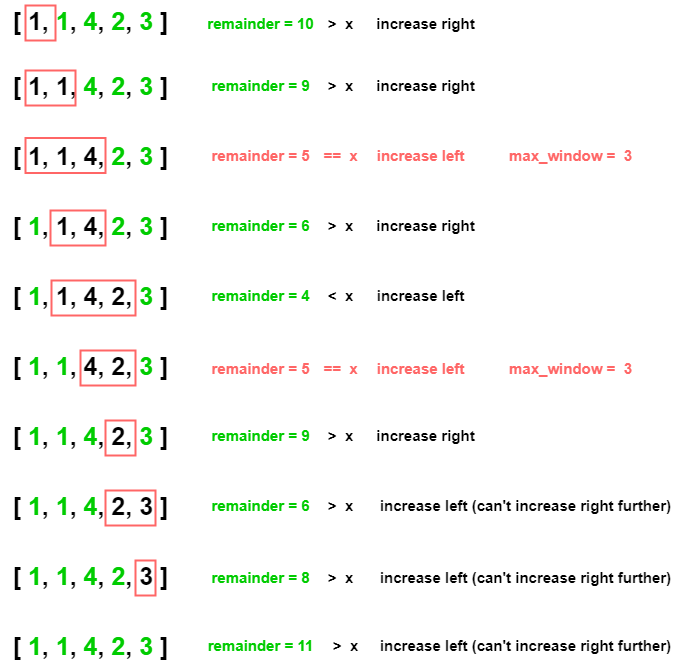
Before: Python3/img/MinOperationsToReduceXToZero.png, a diagram exported from draw.io (ashiven/leetcode-solutions). Source tidied: cells renumbered, new cells last; positions are measured from the earlier drawing's top-left corner, leaving out a move shared by most shapes. The source it was exported from:
```xml
<mxGraphModel>
  <root>
    <mxCell id="0" />
    <mxCell id="1" parent="0" />
    <mxCell id="2" value="[ 1, &lt;font color=&quot;#00cc00&quot;&gt;1&lt;/font&gt;, &lt;font color=&quot;#00cc00&quot;&gt;4&lt;/font&gt;, &lt;font color=&quot;#00cc00&quot;&gt;2&lt;/font&gt;, &lt;font color=&quot;#00cc00&quot;&gt;3&lt;/font&gt; ]" style="text;html=1;align=center;verticalAlign=middle;strokeColor=none;fillColor=none;fontSize=25;fontStyle=1;" parent="1" vertex="1">
      <mxGeometry width="180" height="40" as="geometry" />
    </mxCell>
    <mxCell id="3" value="[ 1, 1, &lt;font color=&quot;#00cc00&quot;&gt;4&lt;/font&gt;, &lt;font color=&quot;#00cc00&quot;&gt;2&lt;/font&gt;, &lt;font color=&quot;#00cc00&quot;&gt;3&lt;/font&gt; ]" style="text;html=1;align=center;verticalAlign=middle;strokeColor=none;fillColor=none;fontSize=25;fontStyle=1;" parent="1" vertex="1">
      <mxGeometry y="65" width="180" height="40" as="geometry" />
    </mxCell>
    <mxCell id="4" value="[ &lt;font color=&quot;#00cc00&quot;&gt;1&lt;/font&gt;, 1, 4, &lt;font color=&quot;#00cc00&quot;&gt;2&lt;/font&gt;, &lt;font color=&quot;#00cc00&quot;&gt;3&lt;/font&gt; ]" style="text;html=1;align=center;verticalAlign=middle;strokeColor=none;fillColor=none;fontSize=25;fontStyle=1;" parent="1" vertex="1">
      <mxGeometry y="205" width="180" height="40" as="geometry" />
    </mxCell>
    <mxCell id="5" value="[ 1, 1, 4, &lt;font color=&quot;#00cc00&quot;&gt;2&lt;/font&gt;, &lt;font color=&quot;#00cc00&quot;&gt;3&lt;/font&gt; ]" style="text;html=1;align=center;verticalAlign=middle;strokeColor=none;fillColor=none;fontSize=25;fontStyle=1;" parent="1" vertex="1">
      <mxGeometry y="135" width="180" height="40" as="geometry" />
    </mxCell>
    <mxCell id="6" value="[ &lt;font color=&quot;#00cc00&quot;&gt;1&lt;/font&gt;, &lt;font color=&quot;#00cc00&quot;&gt;1&lt;/font&gt;, &lt;font color=&quot;#00cc00&quot;&gt;4&lt;/font&gt;, 2, &lt;font color=&quot;#00cc00&quot;&gt;3&lt;/font&gt; ]" style="text;html=1;align=center;verticalAlign=middle;strokeColor=none;fillColor=none;fontSize=25;fontStyle=1;" parent="1" vertex="1">
      <mxGeometry y="415" width="180" height="40" as="geometry" />
    </mxCell>
    <mxCell id="7" value="[ &lt;font color=&quot;#00cc00&quot;&gt;1&lt;/font&gt;, &lt;font color=&quot;#00cc00&quot;&gt;1&lt;/font&gt;, 4, 2, &lt;font color=&quot;#00cc00&quot;&gt;3&lt;/font&gt; ]" style="text;html=1;align=center;verticalAlign=middle;strokeColor=none;fillColor=none;fontSize=25;fontStyle=1;" parent="1" vertex="1">
      <mxGeometry y="345" width="180" height="40" as="geometry" />
    </mxCell>
    <mxCell id="8" value="[ &lt;font color=&quot;#00cc00&quot;&gt;1&lt;/font&gt;, 1, 4, 2, &lt;font color=&quot;#00cc00&quot;&gt;3&lt;/font&gt; ]" style="text;html=1;align=center;verticalAlign=middle;strokeColor=none;fillColor=none;fontSize=25;fontStyle=1;" parent="1" vertex="1">
      <mxGeometry y="275" width="180" height="40" as="geometry" />
    </mxCell>
    <mxCell id="9" style="rounded=0;whiteSpace=wrap;html=1;fillColor=none;strokeWidth=2;strokeColor=#FF6666;" parent="1" vertex="1">
      <mxGeometry x="25" y="5" width="30" height="35" as="geometry" />
    </mxCell>
    <mxCell id="10" style="rounded=0;whiteSpace=wrap;html=1;fillColor=none;strokeWidth=2;strokeColor=#FF6666;" parent="1" vertex="1">
      <mxGeometry x="25" y="70" width="50" height="35" as="geometry" />
    </mxCell>
    <mxCell id="11" style="rounded=0;whiteSpace=wrap;html=1;fillColor=none;strokeWidth=2;strokeColor=#FF6666;" parent="1" vertex="1">
      <mxGeometry x="80" y="350" width="55" height="35" as="geometry" />
    </mxCell>
    <mxCell id="12" style="rounded=0;whiteSpace=wrap;html=1;fillColor=none;strokeWidth=2;strokeColor=#FF6666;" parent="1" vertex="1">
      <mxGeometry x="105" y="420" width="30" height="35" as="geometry" />
    </mxCell>
    <mxCell id="13" style="rounded=0;whiteSpace=wrap;html=1;fillColor=none;strokeWidth=2;strokeColor=#FF6666;" parent="1" vertex="1">
      <mxGeometry x="51" y="280" width="84" height="35" as="geometry" />
    </mxCell>
    <mxCell id="14" style="rounded=0;whiteSpace=wrap;html=1;fillColor=none;strokeWidth=2;strokeColor=#FF6666;" parent="1" vertex="1">
      <mxGeometry x="50" y="210" width="55" height="35" as="geometry" />
    </mxCell>
    <mxCell id="15" style="rounded=0;whiteSpace=wrap;html=1;fillColor=none;strokeWidth=2;strokeColor=#FF6666;" parent="1" vertex="1">
      <mxGeometry x="25" y="137.5" width="80" height="35" as="geometry" />
    </mxCell>
    <mxCell id="16" value="[ &lt;font color=&quot;#00cc00&quot;&gt;1&lt;/font&gt;, &lt;font color=&quot;#00cc00&quot;&gt;1&lt;/font&gt;, &lt;font color=&quot;#00cc00&quot;&gt;4&lt;/font&gt;, 2, 3 ]" style="text;html=1;align=center;verticalAlign=middle;strokeColor=none;fillColor=none;fontSize=25;fontStyle=1;" parent="1" vertex="1">
      <mxGeometry y="485" width="180" height="40" as="geometry" />
    </mxCell>
    <mxCell id="17" style="rounded=0;whiteSpace=wrap;html=1;fillColor=none;strokeWidth=2;strokeColor=#FF6666;" parent="1" vertex="1">
      <mxGeometry x="105" y="490" width="50" height="35" as="geometry" />
    </mxCell>
    <mxCell id="18" value="[ &lt;font color=&quot;#00cc00&quot;&gt;1&lt;/font&gt;, &lt;font color=&quot;#00cc00&quot;&gt;1&lt;/font&gt;, &lt;font color=&quot;#00cc00&quot;&gt;4&lt;/font&gt;, &lt;font color=&quot;#00cc00&quot;&gt;2&lt;/font&gt;, 3 ]" style="text;html=1;align=center;verticalAlign=middle;strokeColor=none;fillColor=none;fontSize=25;fontStyle=1;" parent="1" vertex="1">
      <mxGeometry y="555" width="180" height="40" as="geometry" />
    </mxCell>
    <mxCell id="19" style="rounded=0;whiteSpace=wrap;html=1;fillColor=none;strokeWidth=2;strokeColor=#FF6666;" parent="1" vertex="1">
      <mxGeometry x="135" y="560" width="20" height="35" as="geometry" />
    </mxCell>
    <mxCell id="20" value="[ &lt;font color=&quot;#00cc00&quot;&gt;1&lt;/font&gt;, &lt;font color=&quot;#00cc00&quot;&gt;1&lt;/font&gt;, &lt;font color=&quot;#00cc00&quot;&gt;4&lt;/font&gt;, &lt;font color=&quot;#00cc00&quot;&gt;2&lt;/font&gt;, &lt;font color=&quot;#00cc00&quot;&gt;3&lt;/font&gt; ]" style="text;html=1;align=center;verticalAlign=middle;strokeColor=none;fillColor=none;fontSize=25;fontStyle=1;" parent="1" vertex="1">
      <mxGeometry y="625" width="180" height="40" as="geometry" />
    </mxCell>
    <mxCell id="21" value="remainder = 10" style="text;html=1;align=center;verticalAlign=middle;strokeColor=none;fillColor=none;fontSize=15;fontStyle=1;fontColor=#00CC00;" parent="1" vertex="1">
      <mxGeometry x="195" y="7.5" width="130" height="30" as="geometry" />
    </mxCell>
    <mxCell id="22" value="remainder = 9" style="text;html=1;align=center;verticalAlign=middle;strokeColor=none;fillColor=none;fontSize=15;fontStyle=1;fontColor=#00CC00;" parent="1" vertex="1">
      <mxGeometry x="200" y="70" width="120" height="30" as="geometry" />
    </mxCell>
    <mxCell id="23" value="remainder = 5" style="text;html=1;align=center;verticalAlign=middle;strokeColor=none;fillColor=none;fontSize=15;fontStyle=1;fontColor=#FF6666;" parent="1" vertex="1">
      <mxGeometry x="200" y="140" width="120" height="30" as="geometry" />
    </mxCell>
    <mxCell id="24" value="remainder = 8" style="text;html=1;align=center;verticalAlign=middle;strokeColor=none;fillColor=none;fontSize=15;fontStyle=1;fontColor=#00CC00;" parent="1" vertex="1">
      <mxGeometry x="200" y="562.5" width="120" height="30" as="geometry" />
    </mxCell>
    <mxCell id="25" value="remainder = 6" style="text;html=1;align=center;verticalAlign=middle;strokeColor=none;fillColor=none;fontSize=15;fontStyle=1;fontColor=#00CC00;" parent="1" vertex="1">
      <mxGeometry x="200" y="210" width="120" height="30" as="geometry" />
    </mxCell>
    <mxCell id="26" value="remainder = 4" style="text;html=1;align=center;verticalAlign=middle;strokeColor=none;fillColor=none;fontSize=15;fontStyle=1;fontColor=#00CC00;" parent="1" vertex="1">
      <mxGeometry x="200" y="280" width="120" height="30" as="geometry" />
    </mxCell>
    <mxCell id="27" value="remainder = 5" style="text;html=1;align=center;verticalAlign=middle;strokeColor=none;fillColor=none;fontSize=15;fontStyle=1;fontColor=#FF6666;" parent="1" vertex="1">
      <mxGeometry x="200" y="352.5" width="120" height="30" as="geometry" />
    </mxCell>
    <mxCell id="28" value="remainder = 9" style="text;html=1;align=center;verticalAlign=middle;strokeColor=none;fillColor=none;fontSize=15;fontStyle=1;fontColor=#00CC00;" parent="1" vertex="1">
      <mxGeometry x="200" y="420" width="120" height="30" as="geometry" />
    </mxCell>
    <mxCell id="29" value="remainder = 6" style="text;html=1;align=center;verticalAlign=middle;strokeColor=none;fillColor=none;fontSize=15;fontStyle=1;fontColor=#00CC00;" parent="1" vertex="1">
      <mxGeometry x="200" y="490" width="120" height="30" as="geometry" />
    </mxCell>
    <mxCell id="30" value="remainder = 11" style="text;html=1;align=center;verticalAlign=middle;strokeColor=none;fillColor=none;fontSize=15;fontStyle=1;fontColor=#00CC00;" parent="1" vertex="1">
      <mxGeometry x="195" y="630" width="130" height="30" as="geometry" />
    </mxCell>
    <mxCell id="31" value="&amp;gt;&amp;nbsp; x" style="text;html=1;align=center;verticalAlign=middle;strokeColor=none;fillColor=none;fontSize=15;fontStyle=1;" parent="1" vertex="1">
      <mxGeometry x="315" y="7.5" width="50" height="30" as="geometry" />
    </mxCell>
    <mxCell id="32" value="increase right" style="text;html=1;align=center;verticalAlign=middle;strokeColor=none;fillColor=none;fontSize=15;fontStyle=1;" parent="1" vertex="1">
      <mxGeometry x="365" y="7.5" width="120" height="30" as="geometry" />
    </mxCell>
    <mxCell id="33" value="&amp;gt;&amp;nbsp; x" style="text;html=1;align=center;verticalAlign=middle;strokeColor=none;fillColor=none;fontSize=15;fontStyle=1;" parent="1" vertex="1">
      <mxGeometry x="315" y="70" width="50" height="30" as="geometry" />
    </mxCell>
    <mxCell id="34" value="increase right" style="text;html=1;align=center;verticalAlign=middle;strokeColor=none;fillColor=none;fontSize=15;fontStyle=1;" parent="1" vertex="1">
      <mxGeometry x="365" y="70" width="120" height="30" as="geometry" />
    </mxCell>
    <mxCell id="35" value="==&amp;nbsp; x" style="text;html=1;align=center;verticalAlign=middle;strokeColor=none;fillColor=none;fontSize=15;fontStyle=1;fontColor=#FF6666;" parent="1" vertex="1">
      <mxGeometry x="310" y="140" width="60" height="30" as="geometry" />
    </mxCell>
    <mxCell id="36" value="increase left" style="text;html=1;align=center;verticalAlign=middle;strokeColor=none;fillColor=none;fontSize=15;fontStyle=1;fontColor=#FF6666;" parent="1" vertex="1">
      <mxGeometry x="365" y="140" width="110" height="30" as="geometry" />
    </mxCell>
    <mxCell id="37" value="max_window =&amp;nbsp; 3" style="text;html=1;align=center;verticalAlign=middle;strokeColor=none;fillColor=none;fontStyle=1;fontSize=15;fontColor=#FF6666;" parent="1" vertex="1">
      <mxGeometry x="495" y="140" width="150" height="30" as="geometry" />
    </mxCell>
    <mxCell id="38" value="&amp;gt;&amp;nbsp; x" style="text;html=1;align=center;verticalAlign=middle;strokeColor=none;fillColor=none;fontSize=15;fontStyle=1;" parent="1" vertex="1">
      <mxGeometry x="315" y="210" width="50" height="30" as="geometry" />
    </mxCell>
    <mxCell id="39" value="increase right" style="text;html=1;align=center;verticalAlign=middle;strokeColor=none;fillColor=none;fontSize=15;fontStyle=1;" parent="1" vertex="1">
      <mxGeometry x="365" y="210" width="120" height="30" as="geometry" />
    </mxCell>
    <mxCell id="40" value="&amp;lt;&amp;nbsp; x" style="text;html=1;align=center;verticalAlign=middle;strokeColor=none;fillColor=none;fontSize=15;fontStyle=1;" parent="1" vertex="1">
      <mxGeometry x="315" y="280" width="50" height="30" as="geometry" />
    </mxCell>
    <mxCell id="41" value="increase left" style="text;html=1;align=center;verticalAlign=middle;strokeColor=none;fillColor=none;fontSize=15;fontStyle=1;" parent="1" vertex="1">
      <mxGeometry x="365" y="280" width="110" height="30" as="geometry" />
    </mxCell>
    <mxCell id="42" value="==&amp;nbsp; x" style="text;html=1;align=center;verticalAlign=middle;strokeColor=none;fillColor=none;fontSize=15;fontStyle=1;fontColor=#FF6666;" parent="1" vertex="1">
      <mxGeometry x="310" y="352.5" width="60" height="30" as="geometry" />
    </mxCell>
    <mxCell id="43" value="increase left" style="text;html=1;align=center;verticalAlign=middle;strokeColor=none;fillColor=none;fontSize=15;fontStyle=1;fontColor=#FF6666;" parent="1" vertex="1">
      <mxGeometry x="365" y="352.5" width="110" height="30" as="geometry" />
    </mxCell>
    <mxCell id="44" value="max_window =&amp;nbsp; 3" style="text;html=1;align=center;verticalAlign=middle;strokeColor=none;fillColor=none;fontStyle=1;fontSize=15;fontColor=#FF6666;" parent="1" vertex="1">
      <mxGeometry x="495" y="352.5" width="150" height="30" as="geometry" />
    </mxCell>
    <mxCell id="45" value="&amp;gt;&amp;nbsp; x" style="text;html=1;align=center;verticalAlign=middle;strokeColor=none;fillColor=none;fontSize=15;fontStyle=1;" parent="1" vertex="1">
      <mxGeometry x="315" y="420" width="50" height="30" as="geometry" />
    </mxCell>
    <mxCell id="46" value="increase right" style="text;html=1;align=center;verticalAlign=middle;strokeColor=none;fillColor=none;fontSize=15;fontStyle=1;" parent="1" vertex="1">
      <mxGeometry x="365" y="420" width="120" height="30" as="geometry" />
    </mxCell>
    <mxCell id="47" value="&amp;gt;&amp;nbsp; x" style="text;html=1;align=center;verticalAlign=middle;strokeColor=none;fillColor=none;fontSize=15;fontStyle=1;" parent="1" vertex="1">
      <mxGeometry x="315" y="490" width="50" height="30" as="geometry" />
    </mxCell>
    <mxCell id="48" value="increase left (can't increase right further)" style="text;html=1;align=center;verticalAlign=middle;strokeColor=none;fillColor=none;fontSize=15;fontStyle=1;" parent="1" vertex="1">
      <mxGeometry x="370" y="490" width="310" height="30" as="geometry" />
    </mxCell>
    <mxCell id="49" value="&amp;gt;&amp;nbsp; x" style="text;html=1;align=center;verticalAlign=middle;strokeColor=none;fillColor=none;fontSize=15;fontStyle=1;" parent="1" vertex="1">
      <mxGeometry x="315" y="562.5" width="50" height="30" as="geometry" />
    </mxCell>
    <mxCell id="50" value="increase left (can't increase right further)" style="text;html=1;align=center;verticalAlign=middle;strokeColor=none;fillColor=none;fontSize=15;fontStyle=1;" parent="1" vertex="1">
      <mxGeometry x="370" y="562.5" width="310" height="30" as="geometry" />
    </mxCell>
    <mxCell id="51" value="&amp;gt;&amp;nbsp; x" style="text;html=1;align=center;verticalAlign=middle;strokeColor=none;fillColor=none;fontSize=15;fontStyle=1;" parent="1" vertex="1">
      <mxGeometry x="320" y="630" width="50" height="30" as="geometry" />
    </mxCell>
    <mxCell id="52" value="increase left (can't increase right further)" style="text;html=1;align=center;verticalAlign=middle;strokeColor=none;fillColor=none;fontSize=15;fontStyle=1;" parent="1" vertex="1">
      <mxGeometry x="370" y="630" width="310" height="30" as="geometry" />
    </mxCell>
  </root>
</mxGraphModel>
```
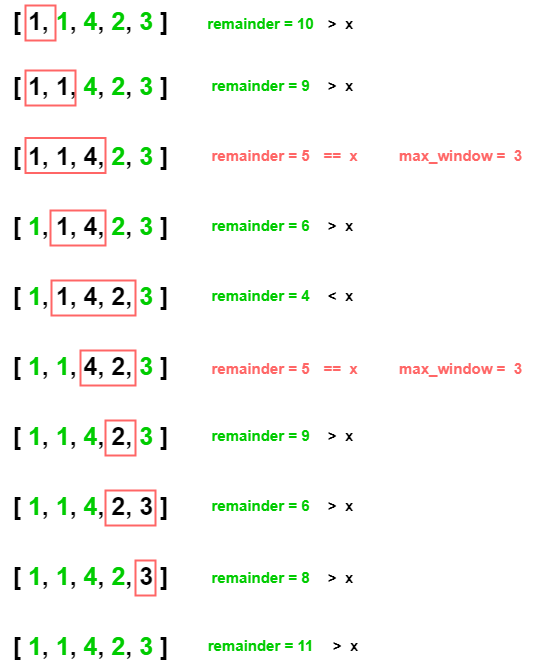
The same file after the commit.

The edit, as a diff of the source:
```diff
@@ -92,68 +92,38 @@
     <mxCell id="31" value="&amp;gt;&amp;nbsp; x" style="text;html=1;align=center;verticalAlign=middle;strokeColor=none;fillColor=none;fontSize=15;fontStyle=1;" parent="1" vertex="1">
       <mxGeometry x="315" y="7.5" width="50" height="30" as="geometry" />
     </mxCell>
-    <mxCell id="32" value="increase right" style="text;html=1;align=center;verticalAlign=middle;strokeColor=none;fillColor=none;fontSize=15;fontStyle=1;" parent="1" vertex="1">
-      <mxGeometry x="365" y="7.5" width="120" height="30" as="geometry" />
-    </mxCell>
     <mxCell id="33" value="&amp;gt;&amp;nbsp; x" style="text;html=1;align=center;verticalAlign=middle;strokeColor=none;fillColor=none;fontSize=15;fontStyle=1;" parent="1" vertex="1">
       <mxGeometry x="315" y="70" width="50" height="30" as="geometry" />
     </mxCell>
-    <mxCell id="34" value="increase right" style="text;html=1;align=center;verticalAlign=middle;strokeColor=none;fillColor=none;fontSize=15;fontStyle=1;" parent="1" vertex="1">
-      <mxGeometry x="365" y="70" width="120" height="30" as="geometry" />
-    </mxCell>
     <mxCell id="35" value="==&amp;nbsp; x" style="text;html=1;align=center;verticalAlign=middle;strokeColor=none;fillColor=none;fontSize=15;fontStyle=1;fontColor=#FF6666;" parent="1" vertex="1">
       <mxGeometry x="310" y="140" width="60" height="30" as="geometry" />
     </mxCell>
-    <mxCell id="36" value="increase left" style="text;html=1;align=center;verticalAlign=middle;strokeColor=none;fillColor=none;fontSize=15;fontStyle=1;fontColor=#FF6666;" parent="1" vertex="1">
-      <mxGeometry x="365" y="140" width="110" height="30" as="geometry" />
-    </mxCell>
     <mxCell id="37" value="max_window =&amp;nbsp; 3" style="text;html=1;align=center;verticalAlign=middle;strokeColor=none;fillColor=none;fontStyle=1;fontSize=15;fontColor=#FF6666;" parent="1" vertex="1">
-      <mxGeometry x="495" y="140" width="150" height="30" as="geometry" />
+      <mxGeometry x="385" y="140" width="150" height="30" as="geometry" />
     </mxCell>
     <mxCell id="38" value="&amp;gt;&amp;nbsp; x" style="text;html=1;align=center;verticalAlign=middle;strokeColor=none;fillColor=none;fontSize=15;fontStyle=1;" parent="1" vertex="1">
       <mxGeometry x="315" y="210" width="50" height="30" as="geometry" />
     </mxCell>
-    <mxCell id="39" value="increase right" style="text;html=1;align=center;verticalAlign=middle;strokeColor=none;fillColor=none;fontSize=15;fontStyle=1;" parent="1" vertex="1">
-      <mxGeometry x="365" y="210" width="120" height="30" as="geometry" />
-    </mxCell>
     <mxCell id="40" value="&amp;lt;&amp;nbsp; x" style="text;html=1;align=center;verticalAlign=middle;strokeColor=none;fillColor=none;fontSize=15;fontStyle=1;" parent="1" vertex="1">
       <mxGeometry x="315" y="280" width="50" height="30" as="geometry" />
     </mxCell>
-    <mxCell id="41" value="increase left" style="text;html=1;align=center;verticalAlign=middle;strokeColor=none;fillColor=none;fontSize=15;fontStyle=1;" parent="1" vertex="1">
-      <mxGeometry x="365" y="280" width="110" height="30" as="geometry" />
-    </mxCell>
     <mxCell id="42" value="==&amp;nbsp; x" style="text;html=1;align=center;verticalAlign=middle;strokeColor=none;fillColor=none;fontSize=15;fontStyle=1;fontColor=#FF6666;" parent="1" vertex="1">
       <mxGeometry x="310" y="352.5" width="60" height="30" as="geometry" />
     </mxCell>
-    <mxCell id="43" value="increase left" style="text;html=1;align=center;verticalAlign=middle;strokeColor=none;fillColor=none;fontSize=15;fontStyle=1;fontColor=#FF6666;" parent="1" vertex="1">
-      <mxGeometry x="365" y="352.5" width="110" height="30" as="geometry" />
-    </mxCell>
     <mxCell id="44" value="max_window =&amp;nbsp; 3" style="text;html=1;align=center;verticalAlign=middle;strokeColor=none;fillColor=none;fontStyle=1;fontSize=15;fontColor=#FF6666;" parent="1" vertex="1">
-      <mxGeometry x="495" y="352.5" width="150" height="30" as="geometry" />
+      <mxGeometry x="385" y="352.5" width="150" height="30" as="geometry" />
     </mxCell>
     <mxCell id="45" value="&amp;gt;&amp;nbsp; x" style="text;html=1;align=center;verticalAlign=middle;strokeColor=none;fillColor=none;fontSize=15;fontStyle=1;" parent="1" vertex="1">
       <mxGeometry x="315" y="420" width="50" height="30" as="geometry" />
     </mxCell>
-    <mxCell id="46" value="increase right" style="text;html=1;align=center;verticalAlign=middle;strokeColor=none;fillColor=none;fontSize=15;fontStyle=1;" parent="1" vertex="1">
-      <mxGeometry x="365" y="420" width="120" height="30" as="geometry" />
-    </mxCell>
     <mxCell id="47" value="&amp;gt;&amp;nbsp; x" style="text;html=1;align=center;verticalAlign=middle;strokeColor=none;fillColor=none;fontSize=15;fontStyle=1;" parent="1" vertex="1">
       <mxGeometry x="315" y="490" width="50" height="30" as="geometry" />
     </mxCell>
-    <mxCell id="48" value="increase left (can't increase right further)" style="text;html=1;align=center;verticalAlign=middle;strokeColor=none;fillColor=none;fontSize=15;fontStyle=1;" parent="1" vertex="1">
-      <mxGeometry x="370" y="490" width="310" height="30" as="geometry" />
-    </mxCell>
     <mxCell id="49" value="&amp;gt;&amp;nbsp; x" style="text;html=1;align=center;verticalAlign=middle;strokeColor=none;fillColor=none;fontSize=15;fontStyle=1;" parent="1" vertex="1">
       <mxGeometry x="315" y="562.5" width="50" height="30" as="geometry" />
     </mxCell>
-    <mxCell id="50" value="increase left (can't increase right further)" style="text;html=1;align=center;verticalAlign=middle;strokeColor=none;fillColor=none;fontSize=15;fontStyle=1;" parent="1" vertex="1">
-      <mxGeometry x="370" y="562.5" width="310" height="30" as="geometry" />
-    </mxCell>
     <mxCell id="51" value="&amp;gt;&amp;nbsp; x" style="text;html=1;align=center;verticalAlign=middle;strokeColor=none;fillColor=none;fontSize=15;fontStyle=1;" parent="1" vertex="1">
       <mxGeometry x="320" y="630" width="50" height="30" as="geometry" />
     </mxCell>
-    <mxCell id="52" value="increase left (can't increase right further)" style="text;html=1;align=center;verticalAlign=middle;strokeColor=none;fillColor=none;fontSize=15;fontStyle=1;" parent="1" vertex="1">
-      <mxGeometry x="370" y="630" width="310" height="30" as="geometry" />
-    </mxCell>
   </root>
 </mxGraphModel>
```
